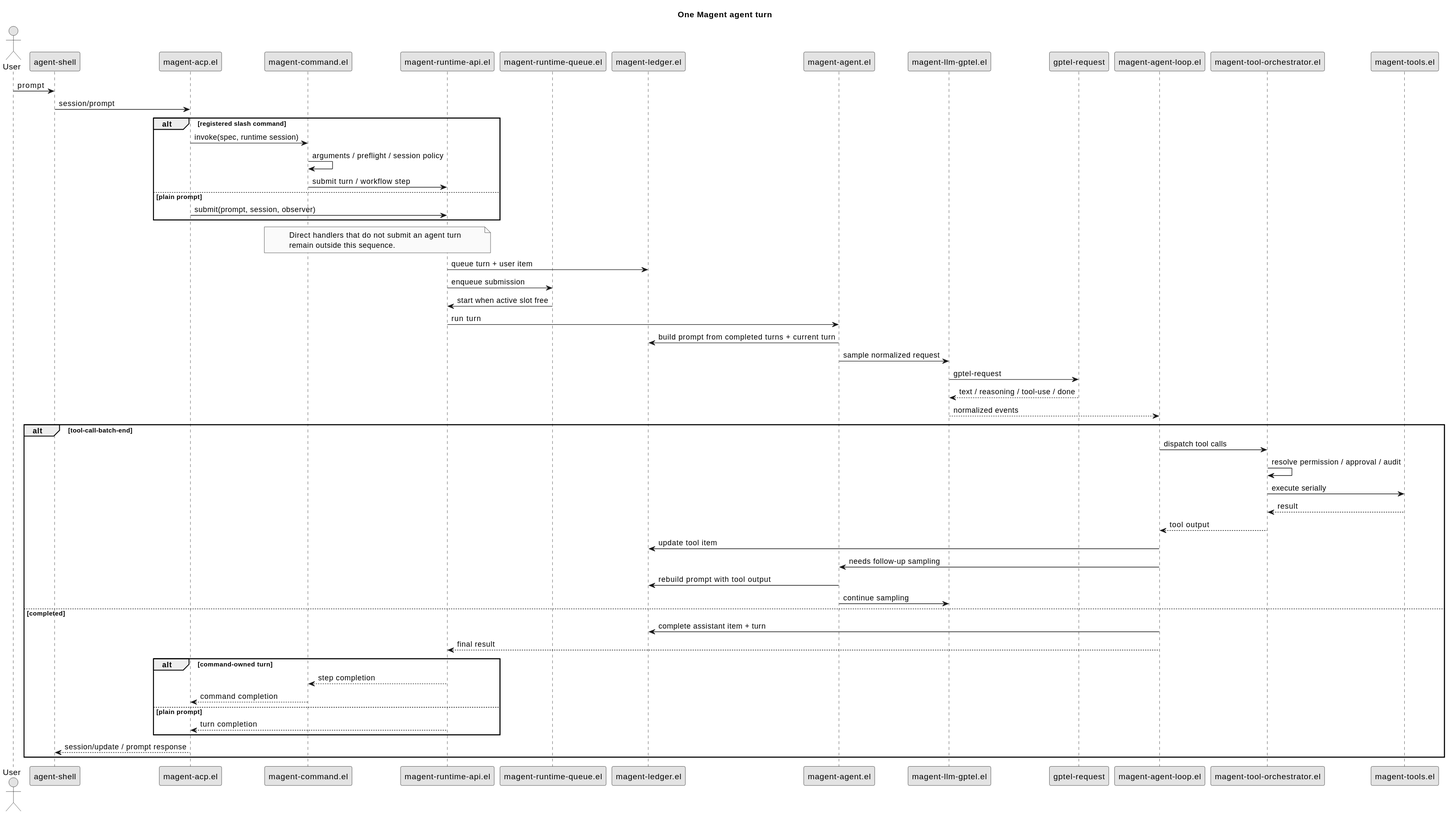
Earlier version of the PlantUML export docs/assets/img/diagrams/one-magent-turn.svg (Jamie-Cui/magent).
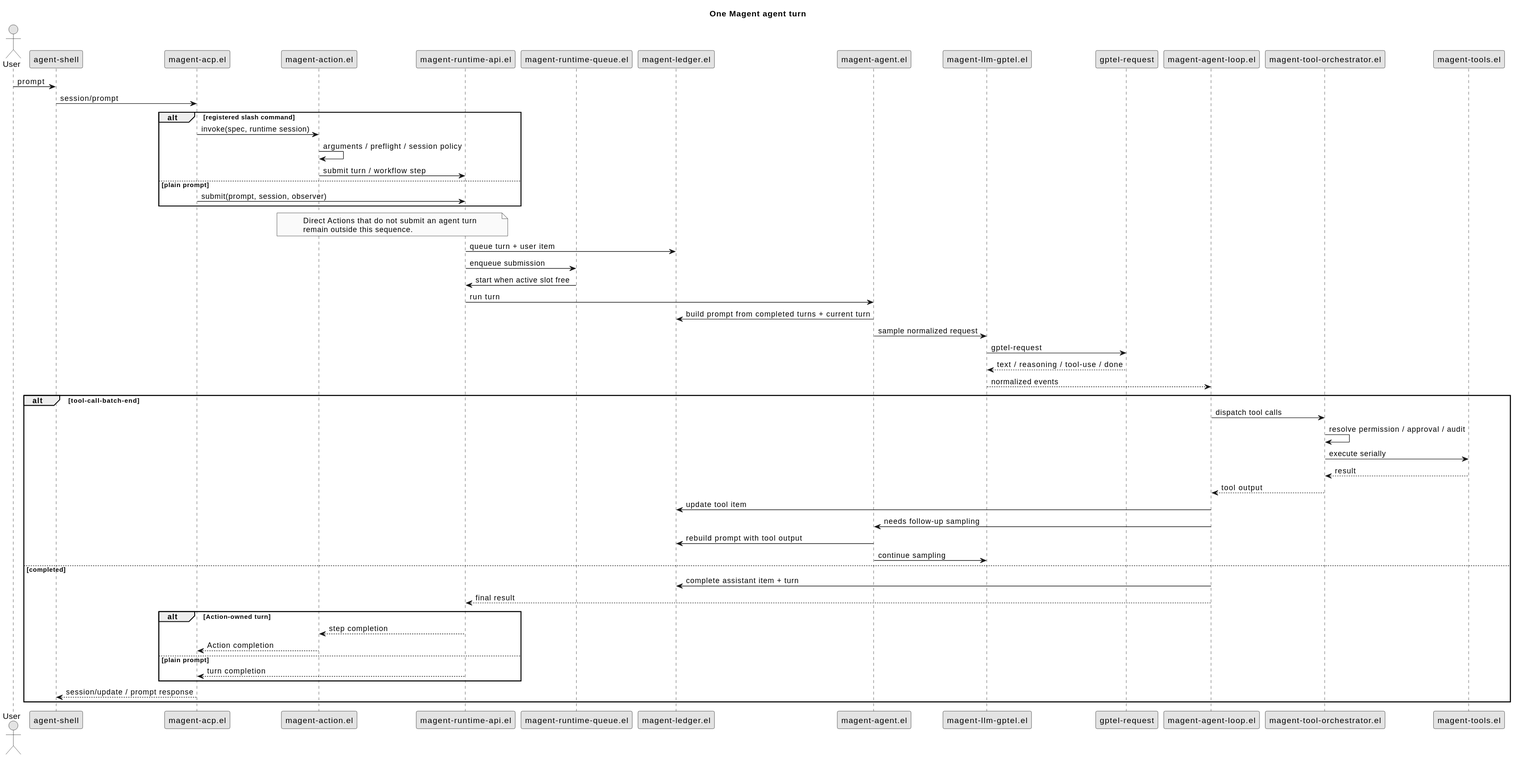
After the change.

Change to the diagram source:
```diff
@@ -6,7 +6,7 @@
 actor User
 participant "agent-shell" as UI
 participant "magent-acp.el" as ACP
-participant "magent-command.el" as Command
+participant "magent-action.el" as Action
 participant "magent-runtime-api.el" as Runtime
 participant "magent-runtime-queue.el" as Queue
 participant "magent-ledger.el" as Ledger
@@ -20,14 +20,14 @@
 User -> UI : prompt
 UI -> ACP : session/prompt
 alt registered slash command
-  ACP -> Command : invoke(spec, runtime session)
-  Command -> Command : arguments / preflight / session policy
-  Command -> Runtime : submit turn / workflow step
+  ACP -> Action : invoke(spec, runtime session)
+  Action -> Action : arguments / preflight / session policy
+  Action -> Runtime : submit turn / workflow step
 else plain prompt
   ACP -> Runtime : submit(prompt, session, observer)
 end
-note over Command,Runtime
-  Direct handlers that do not submit an agent turn
+note over Action,Runtime
+  Direct Actions that do not submit an agent turn
   remain outside this sequence.
 end note
 Runtime -> Ledger : queue turn + user item
@@ -53,9 +53,9 @@
 else completed
   Loop -> Ledger : complete assistant item + turn
   Loop --> Runtime : final result
-  alt command-owned turn
-    Runtime --> Command : step completion
-    Command --> ACP : command completion
+  alt Action-owned turn
+    Runtime --> Action : step completion
+    Action --> ACP : Action completion
   else plain prompt
     Runtime --> ACP : turn completion
   end
```
